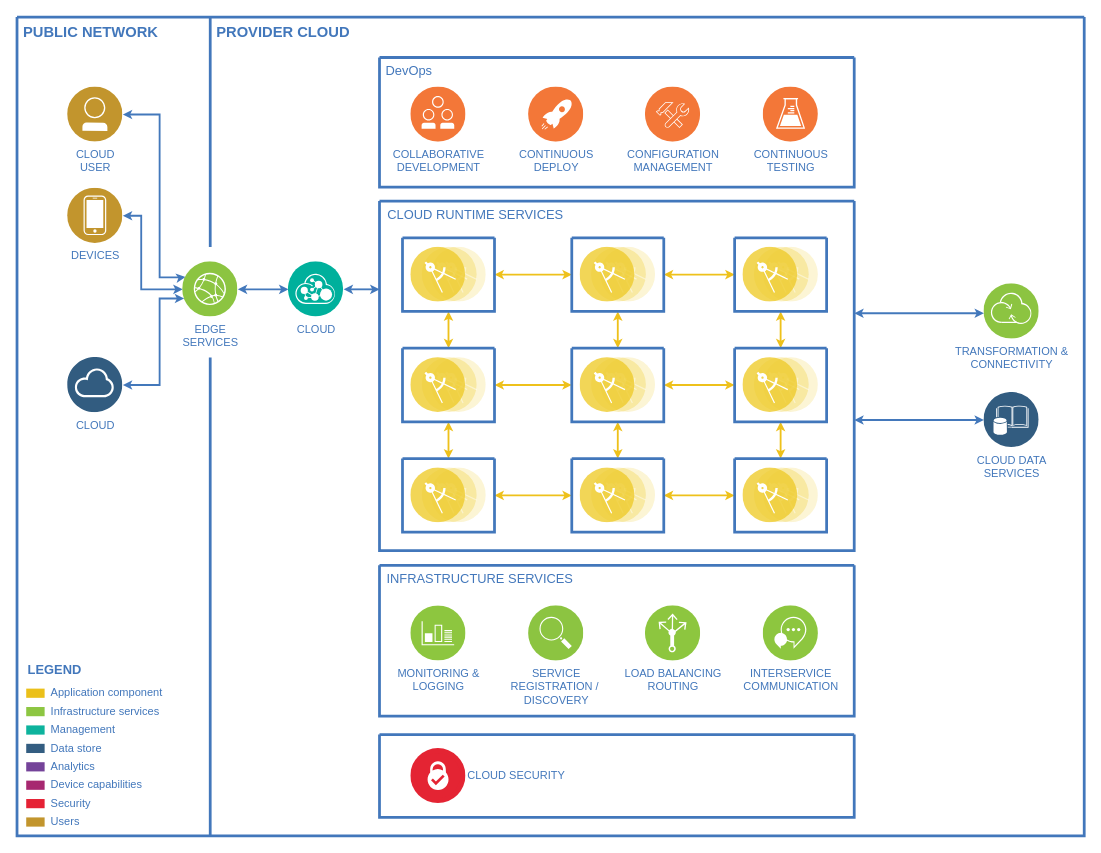
The draw.io diagram 1Untitled Diagram.drawio in netrider2008/diagrams, before the edit. Source tidied: cells renumbered, new cells numbered last; positions are measured from the earlier drawing's top-left corner, leaving out a move shared by most shapes. Both pictures are drawn from the tidied source at 92%, with x=0, y=0 at pixel (17, 17).
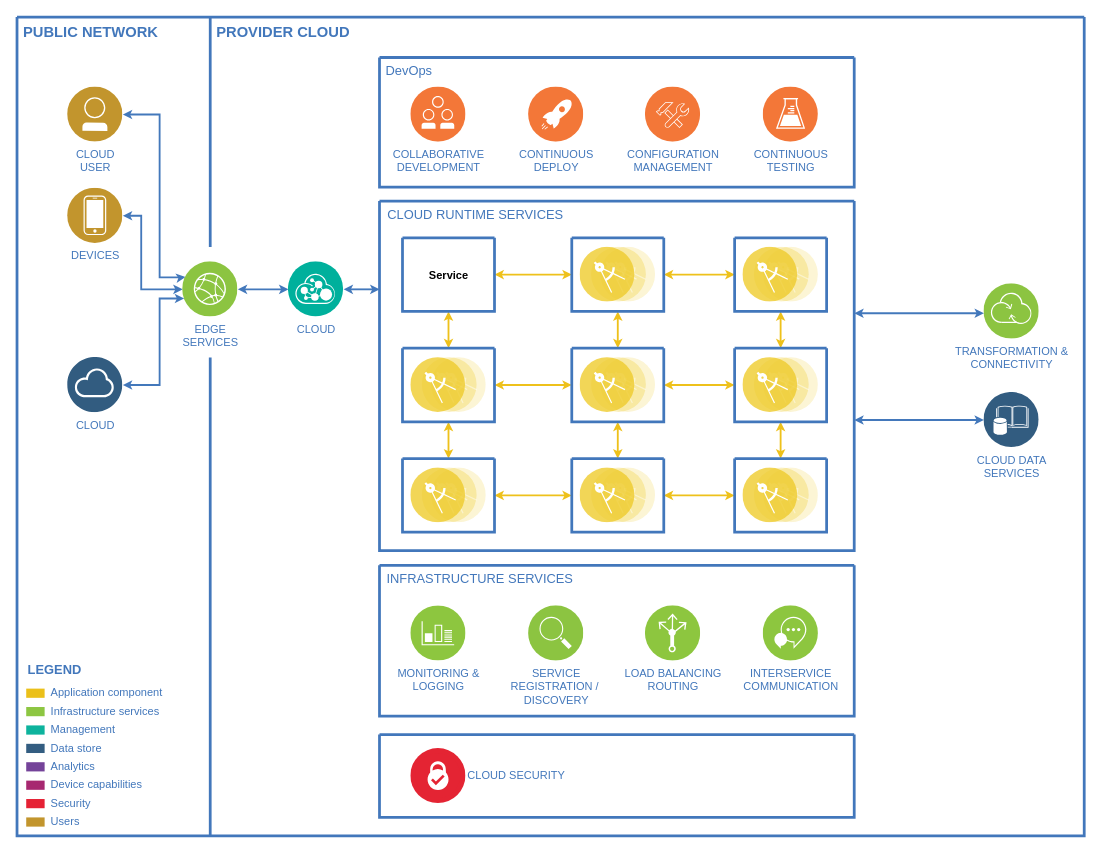
After the change.

Unchanged cells that the change refers to:
```xml
<mxCell id="38" style="swimlane;shadow=0;strokeColor=#4277BB;fillColor=#ffffff;fontColor=#4277BB;align=right;startSize=0;strokeWidth=3;" parent="34" vertex="1">
  <mxGeometry x="25" y="40" width="100" height="80" as="geometry" />
</mxCell>
```

Change to the diagram source:
```diff
@@
-    <mxCell id="39" style="perimeter=ellipsePerimeter;html=1;align=center;shadow=0;dashed=0;image;image=img/lib/ibm/applications/microservice.svg;labelBackgroundColor=#ffffff;strokeColor=#666666;strokeWidth=3;fillColor=#C2952D;gradientColor=none;fontSize=12;fontColor=#4277BB;" parent="38" vertex="1">
-      <mxGeometry x="9" y="10" width="82" height="60" as="geometry" />
-    </mxCell>
+    <mxCell id="76" value="&lt;b&gt;Service&lt;/b&gt;" style="text;html=1;align=center;verticalAlign=middle;strokeColor=none;fillColor=none;" parent="38" vertex="1">
+      <mxGeometry x="15" y="26" width="70" height="30" as="geometry" />
+    </mxCell>
```
